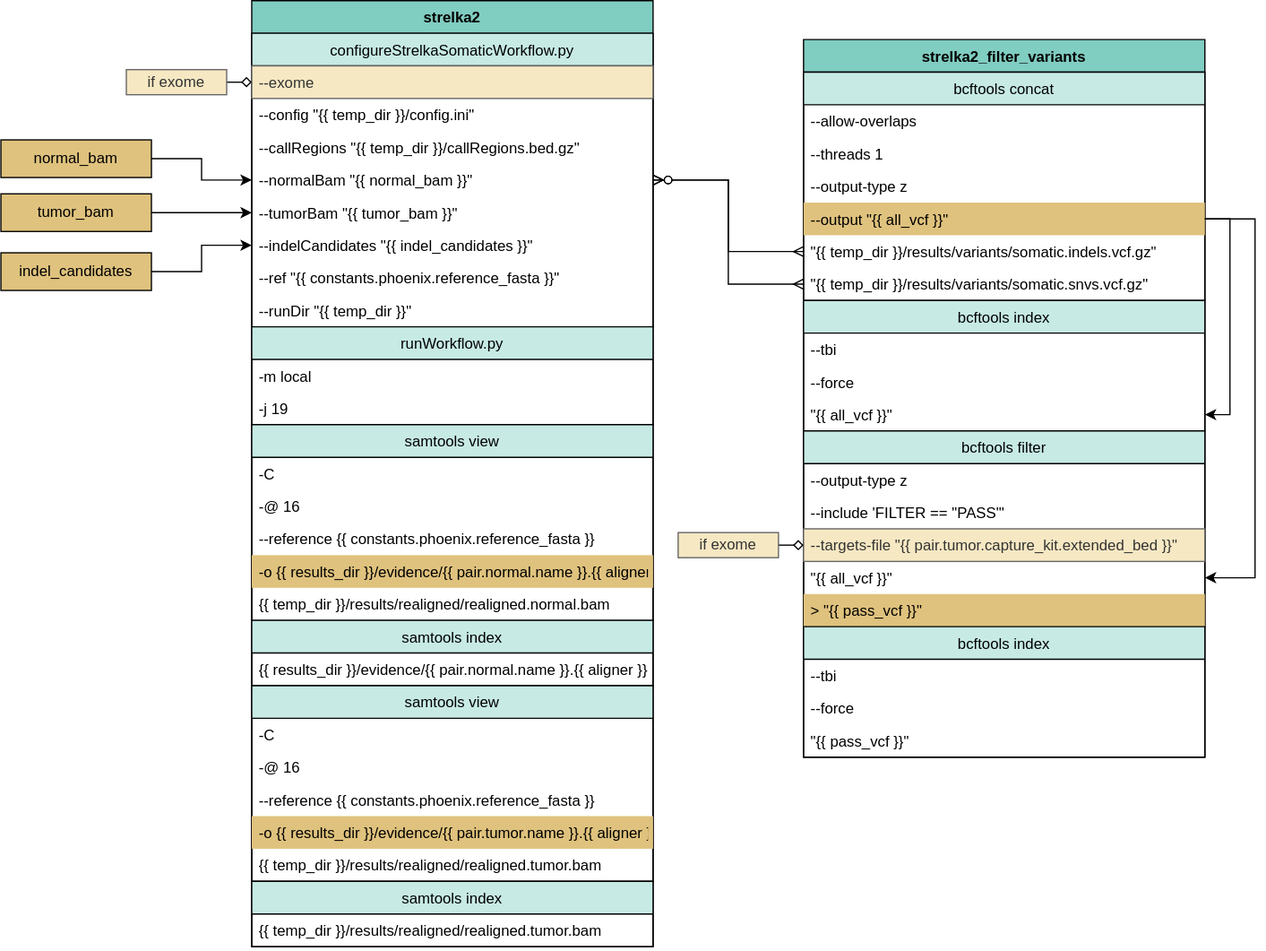
This is docs/source/phoenix/workflows/tumor_only/Tumor_Only_Strelka2.svg from bryce-turner/tgen-jetstream-docs, a draw.io export, as it was before one commit. Source tidied: cells renumbered, new cells last; positions are measured from the earlier drawing's top-left corner, leaving out a move shared by most shapes.
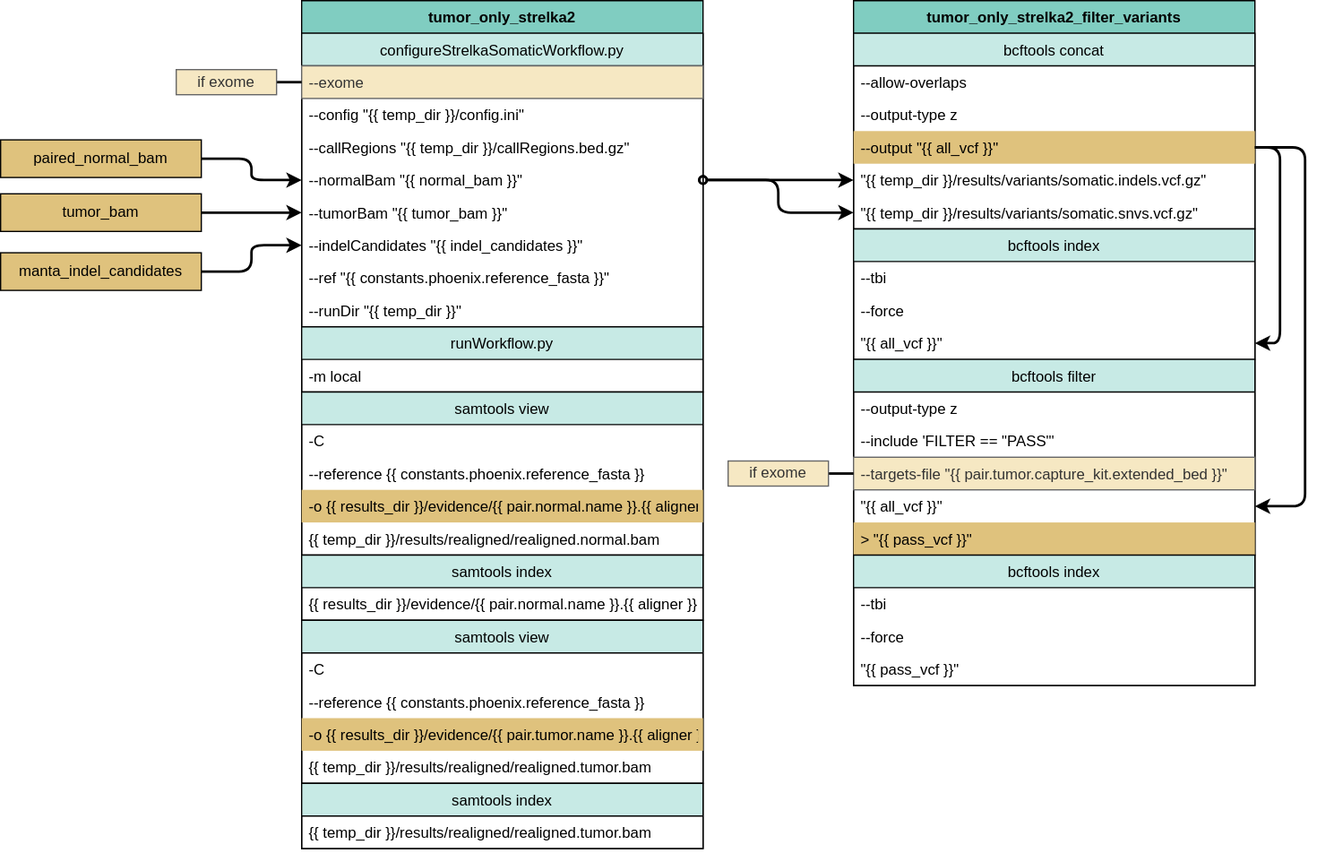
After the change.

Diff of the diagram source:
```diff
@@ -2,20 +2,20 @@
   <root>
     <mxCell id="0" />
     <mxCell id="1" parent="0" />
-    <mxCell id="2" style="edgeStyle=orthogonalEdgeStyle;rounded=0;jettySize=auto;html=1;exitX=1;exitY=0.5;exitDx=0;exitDy=0;entryX=0;entryY=0.5;entryDx=0;entryDy=0;" parent="1" edge="1" source="3" target="11">
+    <mxCell id="2" style="edgeStyle=orthogonalEdgeStyle;rounded=1;jettySize=auto;html=1;exitX=1;exitY=0.5;exitDx=0;exitDy=0;entryX=0;entryY=0.5;entryDx=0;entryDy=0;strokeWidth=2;" parent="1" edge="1" source="3" target="11">
       <mxGeometry relative="1" as="geometry" />
     </mxCell>
-    <mxCell id="3" value="normal_bam" style="whiteSpace=wrap;html=1;fillColor=#dfc27d;" parent="1" vertex="1">
-      <mxGeometry y="111" width="120" height="30" as="geometry" />
+    <mxCell id="3" value="paired_normal_bam" style="whiteSpace=wrap;html=1;fillColor=#dfc27d;" parent="1" vertex="1">
+      <mxGeometry x="-40" y="111" width="160" height="30" as="geometry" />
     </mxCell>
-    <mxCell id="4" style="edgeStyle=orthogonalEdgeStyle;rounded=0;jettySize=auto;html=1;exitX=1;exitY=0.5;exitDx=0;exitDy=0;entryX=0;entryY=0.5;entryDx=0;entryDy=0;" parent="1" edge="1" source="5" target="12">
+    <mxCell id="4" style="edgeStyle=orthogonalEdgeStyle;rounded=1;jettySize=auto;html=1;exitX=1;exitY=0.5;exitDx=0;exitDy=0;entryX=0;entryY=0.5;entryDx=0;entryDy=0;strokeWidth=2;" parent="1" edge="1" source="5" target="12">
       <mxGeometry relative="1" as="geometry" />
     </mxCell>
     <mxCell id="5" value="tumor_bam" style="whiteSpace=wrap;html=1;fillColor=#dfc27d;" parent="1" vertex="1">
-      <mxGeometry y="154" width="120" height="30" as="geometry" />
+      <mxGeometry x="-40" y="154" width="160" height="30" as="geometry" />
     </mxCell>
-    <mxCell id="6" value="strelka2" style="swimlane;fontStyle=1;horizontal=1;startSize=26;fillColor=#80cdc1;direction=east;" parent="1" vertex="1">
-      <mxGeometry x="200" width="320" height="754" as="geometry" />
+    <mxCell id="6" value="tumor_only_strelka2" style="swimlane;fontStyle=1;horizontal=1;startSize=26;fillColor=#80cdc1;direction=east;" parent="1" vertex="1">
+      <mxGeometry x="200" width="320" height="676" as="geometry" />
     </mxCell>
     <mxCell id="7" value="configureStrelkaSomaticWorkflow.py" style="swimlane;fontStyle=0;horizontal=1;startSize=26;fillColor=#c7eae5;" parent="6" vertex="1">
       <mxGeometry y="26" width="320" height="234" as="geometry" />
@@ -45,88 +45,76 @@
       <mxGeometry y="208" width="320" height="26" as="geometry" />
     </mxCell>
     <mxCell id="16" value="runWorkflow.py" style="swimlane;fontStyle=0;horizontal=1;startSize=26;fillColor=#c7eae5;" parent="6" vertex="1">
-      <mxGeometry y="260" width="320" height="78" as="geometry" />
+      <mxGeometry y="260" width="320" height="52" as="geometry" />
     </mxCell>
     <mxCell id="17" value="-m local" style="text;strokeColor=none;fillColor=none;align=left;verticalAlign=top;spacingLeft=4;spacingRight=4;overflow=hidden;" parent="16" vertex="1">
       <mxGeometry y="26" width="320" height="26" as="geometry" />
     </mxCell>
-    <mxCell id="18" value="-j 19" style="text;strokeColor=none;fillColor=none;align=left;verticalAlign=top;spacingLeft=4;spacingRight=4;overflow=hidden;" parent="16" vertex="1">
-      <mxGeometry y="52" width="320" height="26" as="geometry" />
-    </mxCell>
     <mxCell id="19" value="samtools view" style="swimlane;fontStyle=0;horizontal=1;startSize=26;fillColor=#c7eae5;" parent="6" vertex="1">
-      <mxGeometry y="338" width="320" height="156" as="geometry" />
+      <mxGeometry y="312" width="320" height="130" as="geometry" />
     </mxCell>
     <mxCell id="20" value="-C" style="text;strokeColor=none;fillColor=none;align=left;verticalAlign=top;spacingLeft=4;spacingRight=4;overflow=hidden;" parent="19" vertex="1">
       <mxGeometry y="26" width="320" height="26" as="geometry" />
     </mxCell>
-    <mxCell id="21" value="-@ 16" style="text;strokeColor=none;fillColor=none;align=left;verticalAlign=top;spacingLeft=4;spacingRight=4;overflow=hidden;" parent="19" vertex="1">
-      <mxGeometry y="52" width="320" height="26" as="geometry" />
-    </mxCell>
     <mxCell id="22" value="--reference {{ constants.phoenix.reference_fasta }}" style="text;strokeColor=none;fillColor=none;align=left;verticalAlign=top;spacingLeft=4;spacingRight=4;overflow=hidden;" parent="19" vertex="1">
-      <mxGeometry y="78" width="320" height="26" as="geometry" />
+      <mxGeometry y="52" width="320" height="26" as="geometry" />
     </mxCell>
     <mxCell id="23" value="-o {{ results_dir }}/evidence/{{ pair.normal.name }}.{{ aligner }}.strelka2.realigned.cram" style="text;strokeColor=none;fillColor=#dfc27d;align=left;verticalAlign=top;spacingLeft=4;spacingRight=4;overflow=hidden;" parent="19" vertex="1">
-      <mxGeometry y="104" width="320" height="26" as="geometry" />
+      <mxGeometry y="78" width="320" height="26" as="geometry" />
     </mxCell>
     <mxCell id="24" value="{{ temp_dir }}/results/realigned/realigned.normal.bam" style="text;strokeColor=none;fillColor=none;align=left;verticalAlign=top;spacingLeft=4;spacingRight=4;overflow=hidden;" parent="19" vertex="1">
-      <mxGeometry y="130" width="320" height="26" as="geometry" />
+      <mxGeometry y="104" width="320" height="26" as="geometry" />
     </mxCell>
     <mxCell id="25" value="samtools index" style="swimlane;fontStyle=0;horizontal=1;startSize=26;fillColor=#c7eae5;" parent="6" vertex="1">
-      <mxGeometry y="494" width="320" height="52" as="geometry" />
+      <mxGeometry y="442" width="320" height="52" as="geometry" />
     </mxCell>
     <mxCell id="26" value="{{ results_dir }}/evidence/{{ pair.normal.name }}.{{ aligner }}.strelka2.realigned.cram" style="text;strokeColor=none;fillColor=none;align=left;verticalAlign=top;spacingLeft=4;spacingRight=4;overflow=hidden;" parent="25" vertex="1">
       <mxGeometry y="26" width="320" height="26" as="geometry" />
     </mxCell>
     <mxCell id="27" value="samtools view" style="swimlane;fontStyle=0;horizontal=1;startSize=26;fillColor=#c7eae5;" parent="6" vertex="1">
-      <mxGeometry y="546" width="320" height="156" as="geometry" />
+      <mxGeometry y="494" width="320" height="130" as="geometry" />
     </mxCell>
     <mxCell id="28" value="-C" style="text;strokeColor=none;fillColor=none;align=left;verticalAlign=top;spacingLeft=4;spacingRight=4;overflow=hidden;" parent="27" vertex="1">
       <mxGeometry y="26" width="320" height="26" as="geometry" />
     </mxCell>
-    <mxCell id="29" value="-@ 16" style="text;strokeColor=none;fillColor=none;align=left;verticalAlign=top;spacingLeft=4;spacingRight=4;overflow=hidden;" parent="27" vertex="1">
-      <mxGeometry y="52" width="320" height="26" as="geometry" />
-    </mxCell>
     <mxCell id="30" value="--reference {{ constants.phoenix.reference_fasta }}" style="text;strokeColor=none;fillColor=none;align=left;verticalAlign=top;spacingLeft=4;spacingRight=4;overflow=hidden;" parent="27" vertex="1">
-      <mxGeometry y="78" width="320" height="26" as="geometry" />
+      <mxGeometry y="52" width="320" height="26" as="geometry" />
     </mxCell>
     <mxCell id="31" value="-o {{ results_dir }}/evidence/{{ pair.tumor.name }}.{{ aligner }}.strelka2.realigned.cram" style="text;strokeColor=none;fillColor=#dfc27d;align=left;verticalAlign=top;spacingLeft=4;spacingRight=4;overflow=hidden;" parent="27" vertex="1">
-      <mxGeometry y="104" width="320" height="26" as="geometry" />
+      <mxGeometry y="78" width="320" height="26" as="geometry" />
     </mxCell>
     <mxCell id="32" value="{{ temp_dir }}/results/realigned/realigned.tumor.bam" style="text;strokeColor=none;fillColor=none;align=left;verticalAlign=top;spacingLeft=4;spacingRight=4;overflow=hidden;" parent="27" vertex="1">
-      <mxGeometry y="130" width="320" height="26" as="geometry" />
+      <mxGeometry y="104" width="320" height="26" as="geometry" />
     </mxCell>
     <mxCell id="33" value="samtools index" style="swimlane;fontStyle=0;horizontal=1;startSize=26;fillColor=#c7eae5;" parent="6" vertex="1">
-      <mxGeometry y="702" width="320" height="52" as="geometry" />
+      <mxGeometry y="624" width="320" height="52" as="geometry" />
     </mxCell>
     <mxCell id="34" value="{{ temp_dir }}/results/realigned/realigned.tumor.bam" style="text;strokeColor=none;fillColor=none;align=left;verticalAlign=top;spacingLeft=4;spacingRight=4;overflow=hidden;" parent="33" vertex="1">
       <mxGeometry y="26" width="320" height="26" as="geometry" />
     </mxCell>
-    <mxCell id="35" value="strelka2_filter_variants" style="swimlane;fontStyle=1;horizontal=1;startSize=26;fillColor=#80cdc1;direction=east;" parent="1" vertex="1">
-      <mxGeometry x="640" y="31" width="320" height="572" as="geometry" />
+    <mxCell id="35" value="tumor_only_strelka2_filter_variants" style="swimlane;fontStyle=1;horizontal=1;startSize=26;fillColor=#80cdc1;direction=east;" parent="1" vertex="1">
+      <mxGeometry x="640" width="320" height="546" as="geometry" />
     </mxCell>
     <mxCell id="36" value="bcftools concat" style="swimlane;fontStyle=0;horizontal=1;startSize=26;fillColor=#c7eae5;" parent="35" vertex="1">
-      <mxGeometry y="26" width="320" height="182" as="geometry" />
+      <mxGeometry y="26" width="320" height="156" as="geometry" />
     </mxCell>
     <mxCell id="37" value="--allow-overlaps" style="text;strokeColor=none;fillColor=none;align=left;verticalAlign=top;spacingLeft=4;spacingRight=4;overflow=hidden;" parent="36" vertex="1">
       <mxGeometry y="26" width="320" height="26" as="geometry" />
     </mxCell>
-    <mxCell id="38" value="--threads 1" style="text;strokeColor=none;fillColor=none;align=left;verticalAlign=top;spacingLeft=4;spacingRight=4;overflow=hidden;" parent="36" vertex="1">
-      <mxGeometry y="52" width="320" height="26" as="geometry" />
-    </mxCell>
     <mxCell id="39" value="--output-type z" style="text;strokeColor=none;fillColor=none;align=left;verticalAlign=top;spacingLeft=4;spacingRight=4;overflow=hidden;" parent="36" vertex="1">
-      <mxGeometry y="78" width="320" height="26" as="geometry" />
+      <mxGeometry y="52" width="320" height="26" as="geometry" />
     </mxCell>
     <mxCell id="40" value="--output &quot;{{ all_vcf }}&quot;" style="text;strokeColor=none;fillColor=#dfc27d;align=left;verticalAlign=top;spacingLeft=4;spacingRight=4;overflow=hidden;points=[[0,0.5],[1,0.5]];portConstraint=eastwest;" parent="36" vertex="1">
-      <mxGeometry y="104" width="320" height="26" as="geometry" />
+      <mxGeometry y="78" width="320" height="26" as="geometry" />
     </mxCell>
     <mxCell id="41" value="&quot;{{ temp_dir }}/results/variants/somatic.indels.vcf.gz&quot;" style="text;strokeColor=none;fillColor=none;align=left;verticalAlign=top;spacingLeft=4;spacingRight=4;overflow=hidden;points=[[0,0.5],[1,0.5]];portConstraint=eastwest;" parent="36" vertex="1">
-      <mxGeometry y="130" width="320" height="26" as="geometry" />
+      <mxGeometry y="104" width="320" height="26" as="geometry" />
     </mxCell>
     <mxCell id="42" value="&quot;{{ temp_dir }}/results/variants/somatic.snvs.vcf.gz&quot;" style="text;strokeColor=none;fillColor=none;align=left;verticalAlign=top;spacingLeft=4;spacingRight=4;overflow=hidden;points=[[0,0.5],[1,0.5]];portConstraint=eastwest;" parent="36" vertex="1">
-      <mxGeometry y="156" width="320" height="26" as="geometry" />
+      <mxGeometry y="130" width="320" height="26" as="geometry" />
     </mxCell>
     <mxCell id="43" value="bcftools index" style="swimlane;fontStyle=0;horizontal=1;startSize=26;fillColor=#c7eae5;" parent="35" vertex="1">
-      <mxGeometry y="208" width="320" height="104" as="geometry" />
+      <mxGeometry y="182" width="320" height="104" as="geometry" />
     </mxCell>
     <mxCell id="44" value="--tbi" style="text;strokeColor=none;fillColor=none;align=left;verticalAlign=top;spacingLeft=4;spacingRight=4;overflow=hidden;" parent="43" vertex="1">
       <mxGeometry y="26" width="320" height="26" as="geometry" />
@@ -138,7 +126,7 @@
       <mxGeometry y="78" width="320" height="26" as="geometry" />
     </mxCell>
     <mxCell id="47" value="bcftools filter" style="swimlane;fontStyle=0;horizontal=1;startSize=26;fillColor=#c7eae5;" parent="35" vertex="1">
-      <mxGeometry y="312" width="320" height="156" as="geometry" />
+      <mxGeometry y="286" width="320" height="156" as="geometry" />
     </mxCell>
     <mxCell id="48" value="--output-type z" style="text;strokeColor=none;fillColor=none;align=left;verticalAlign=top;spacingLeft=4;spacingRight=4;overflow=hidden;" parent="47" vertex="1">
       <mxGeometry y="26" width="320" height="26" as="geometry" />
@@ -156,7 +144,7 @@
       <mxGeometry y="130" width="320" height="26" as="geometry" />
     </mxCell>
     <mxCell id="53" value="bcftools index" style="swimlane;fontStyle=0;horizontal=1;startSize=26;fillColor=#c7eae5;" parent="35" vertex="1">
-      <mxGeometry y="468" width="320" height="104" as="geometry" />
+      <mxGeometry y="442" width="320" height="104" as="geometry" />
     </mxCell>
     <mxCell id="54" value="--tbi" style="text;strokeColor=none;fillColor=none;align=left;verticalAlign=top;spacingLeft=4;spacingRight=4;overflow=hidden;" parent="53" vertex="1">
       <mxGeometry y="26" width="320" height="26" as="geometry" />
@@ -167,44 +155,44 @@
     <mxCell id="56" value="&quot;{{ pass_vcf }}&quot;" style="text;strokeColor=none;fillColor=none;align=left;verticalAlign=top;spacingLeft=4;spacingRight=4;overflow=hidden;" parent="53" vertex="1">
       <mxGeometry y="78" width="320" height="26" as="geometry" />
     </mxCell>
-    <mxCell id="57" style="edgeStyle=orthogonalEdgeStyle;rounded=0;jettySize=auto;html=1;exitX=1;exitY=0.5;exitDx=0;exitDy=0;entryX=1;entryY=0.5;entryDx=0;entryDy=0;startArrow=none;startFill=0;endArrow=classic;endFill=1;" parent="35" edge="1" source="40" target="46">
+    <mxCell id="57" style="edgeStyle=orthogonalEdgeStyle;rounded=1;jettySize=auto;html=1;exitX=1;exitY=0.5;exitDx=0;exitDy=0;entryX=1;entryY=0.5;entryDx=0;entryDy=0;startArrow=none;startFill=0;endArrow=classic;endFill=1;strokeWidth=2;" parent="35" edge="1" source="40" target="46">
       <mxGeometry relative="1" as="geometry">
         <Array as="points">
-          <mxPoint x="340" y="143" />
-          <mxPoint x="340" y="299" />
+          <mxPoint x="340" y="117" />
+          <mxPoint x="340" y="273" />
         </Array>
       </mxGeometry>
     </mxCell>
-    <mxCell id="58" style="edgeStyle=orthogonalEdgeStyle;rounded=0;jettySize=auto;html=1;exitX=1;exitY=0.5;exitDx=0;exitDy=0;entryX=1;entryY=0.5;entryDx=0;entryDy=0;startArrow=none;startFill=0;endArrow=classic;endFill=1;" parent="35" edge="1" source="40" target="51">
+    <mxCell id="58" style="edgeStyle=orthogonalEdgeStyle;rounded=1;jettySize=auto;html=1;exitX=1;exitY=0.5;exitDx=0;exitDy=0;entryX=1;entryY=0.5;entryDx=0;entryDy=0;startArrow=none;startFill=0;endArrow=classic;endFill=1;strokeWidth=2;" parent="35" edge="1" source="40" target="51">
       <mxGeometry relative="1" as="geometry">
         <Array as="points">
-          <mxPoint x="360" y="143" />
-          <mxPoint x="360" y="429" />
+          <mxPoint x="360" y="117" />
+          <mxPoint x="360" y="403" />
         </Array>
       </mxGeometry>
     </mxCell>
-    <mxCell id="59" style="edgeStyle=orthogonalEdgeStyle;rounded=0;jettySize=auto;html=1;exitX=1;exitY=0.5;exitDx=0;exitDy=0;entryX=0;entryY=0.5;entryDx=0;entryDy=0;" parent="1" edge="1" source="60" target="13">
+    <mxCell id="59" style="edgeStyle=orthogonalEdgeStyle;rounded=1;jettySize=auto;html=1;exitX=1;exitY=0.5;exitDx=0;exitDy=0;entryX=0;entryY=0.5;entryDx=0;entryDy=0;strokeWidth=2;" parent="1" edge="1" source="60" target="13">
       <mxGeometry relative="1" as="geometry" />
     </mxCell>
-    <mxCell id="60" value="indel_candidates" style="whiteSpace=wrap;html=1;fillColor=#dfc27d;" parent="1" vertex="1">
-      <mxGeometry y="201" width="120" height="30" as="geometry" />
+    <mxCell id="60" value="manta_indel_candidates" style="whiteSpace=wrap;html=1;fillColor=#dfc27d;" parent="1" vertex="1">
+      <mxGeometry x="-40" y="201" width="160" height="30" as="geometry" />
     </mxCell>
-    <mxCell id="61" style="edgeStyle=orthogonalEdgeStyle;rounded=0;jettySize=auto;html=1;exitX=1;exitY=0.5;exitDx=0;exitDy=0;entryX=0;entryY=0.5;entryDx=0;entryDy=0;startArrow=none;startFill=0;endArrow=diamond;endFill=0;" parent="1" edge="1" source="62" target="50">
+    <mxCell id="61" style="edgeStyle=orthogonalEdgeStyle;rounded=1;jettySize=auto;html=1;exitX=1;exitY=0.5;exitDx=0;exitDy=0;entryX=0;entryY=0.5;entryDx=0;entryDy=0;startArrow=none;startFill=0;endArrow=none;endFill=0;strokeWidth=2;" parent="1" edge="1" source="62" target="50">
       <mxGeometry relative="1" as="geometry" />
     </mxCell>
     <mxCell id="62" value="if exome" style="text;html=1;strokeColor=#666666;fillColor=#f6e8c3;align=center;verticalAlign=middle;whiteSpace=wrap;rounded=0;fontColor=#333333;" parent="1" vertex="1">
-      <mxGeometry x="540" y="424" width="80" height="20" as="geometry" />
+      <mxGeometry x="540" y="367" width="80" height="20" as="geometry" />
     </mxCell>
-    <mxCell id="63" style="edgeStyle=orthogonalEdgeStyle;rounded=0;jettySize=auto;html=1;exitX=1;exitY=0.5;exitDx=0;exitDy=0;startArrow=none;startFill=0;endArrow=diamond;endFill=0;entryX=0;entryY=0.5;entryDx=0;entryDy=0;" parent="1" edge="1" source="64" target="8">
+    <mxCell id="63" style="edgeStyle=orthogonalEdgeStyle;rounded=1;jettySize=auto;html=1;exitX=1;exitY=0.5;exitDx=0;exitDy=0;startArrow=none;startFill=0;endArrow=none;endFill=0;entryX=0;entryY=0.5;entryDx=0;entryDy=0;strokeWidth=2;" parent="1" edge="1" source="64" target="8">
       <mxGeometry relative="1" as="geometry" />
     </mxCell>
     <mxCell id="64" value="if exome" style="text;html=1;strokeColor=#666666;fillColor=#f6e8c3;align=center;verticalAlign=middle;whiteSpace=wrap;rounded=0;fontColor=#333333;" parent="1" vertex="1">
       <mxGeometry x="100" y="55" width="80" height="20" as="geometry" />
     </mxCell>
-    <mxCell id="65" style="edgeStyle=orthogonalEdgeStyle;rounded=0;jettySize=auto;html=1;exitX=1;exitY=0.5;exitDx=0;exitDy=0;entryX=0;entryY=0.5;entryDx=0;entryDy=0;endArrow=ERmany;endFill=0;startArrow=ERzeroToMany;startFill=1;" parent="1" edge="1" source="11" target="41">
+    <mxCell id="65" style="edgeStyle=orthogonalEdgeStyle;rounded=1;jettySize=auto;html=1;exitX=1;exitY=0.5;exitDx=0;exitDy=0;entryX=0;entryY=0.5;entryDx=0;entryDy=0;endArrow=classic;endFill=1;startArrow=oval;startFill=0;strokeWidth=2;" parent="1" edge="1" source="11" target="41">
       <mxGeometry relative="1" as="geometry" />
     </mxCell>
-    <mxCell id="66" style="edgeStyle=orthogonalEdgeStyle;rounded=0;jettySize=auto;html=1;exitX=1;exitY=0.5;exitDx=0;exitDy=0;entryX=0;entryY=0.5;entryDx=0;entryDy=0;endArrow=ERmany;endFill=0;startArrow=ERzeroToMany;startFill=1;" parent="1" edge="1" source="11" target="42">
+    <mxCell id="66" style="edgeStyle=orthogonalEdgeStyle;rounded=1;jettySize=auto;html=1;exitX=1;exitY=0.5;exitDx=0;exitDy=0;entryX=0;entryY=0.5;entryDx=0;entryDy=0;endArrow=classic;endFill=1;startArrow=oval;startFill=0;strokeWidth=2;" parent="1" edge="1" source="11" target="42">
       <mxGeometry relative="1" as="geometry" />
     </mxCell>
   </root>
```
